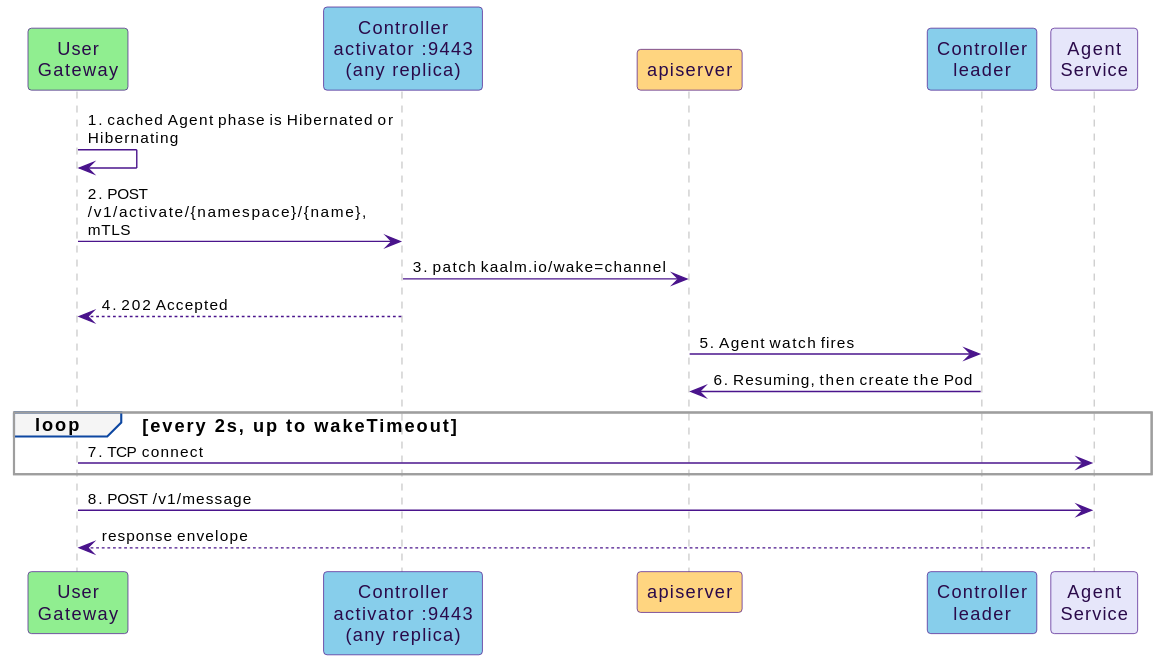
Earlier version of the PlantUML export docs/src/diagrams/wake-sequence.svg (win07xp/kaalm).
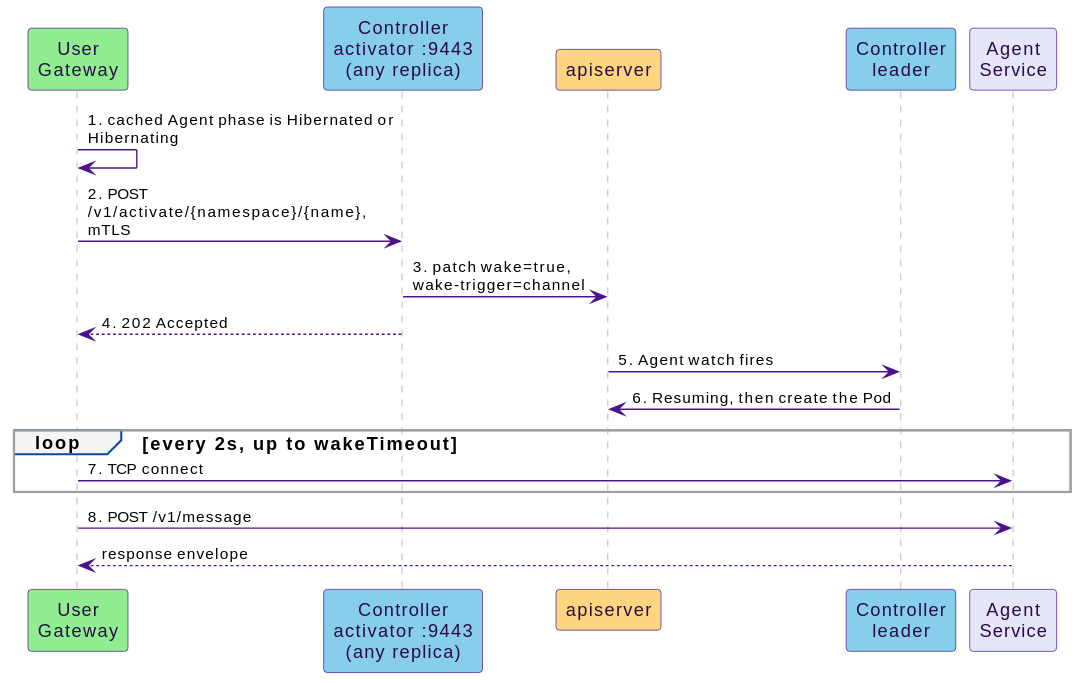
The same diagram one commit later.

The edit, as a diff of the source:
```diff
@@ -9,7 +9,7 @@
 
 gw -> gw : 1. cached Agent phase is Hibernated or Hibernating
 gw -> ctrl : 2. POST /v1/activate/{namespace}/{name}, mTLS
-ctrl -> api : 3. patch kaalm.io/wake=channel
+ctrl -> api : 3. patch wake=true, wake-trigger=channel
 ctrl --> gw : 4. 202 Accepted
 api -> leader : 5. Agent watch fires
 leader -> api : 6. Resuming, then create the Pod
```
